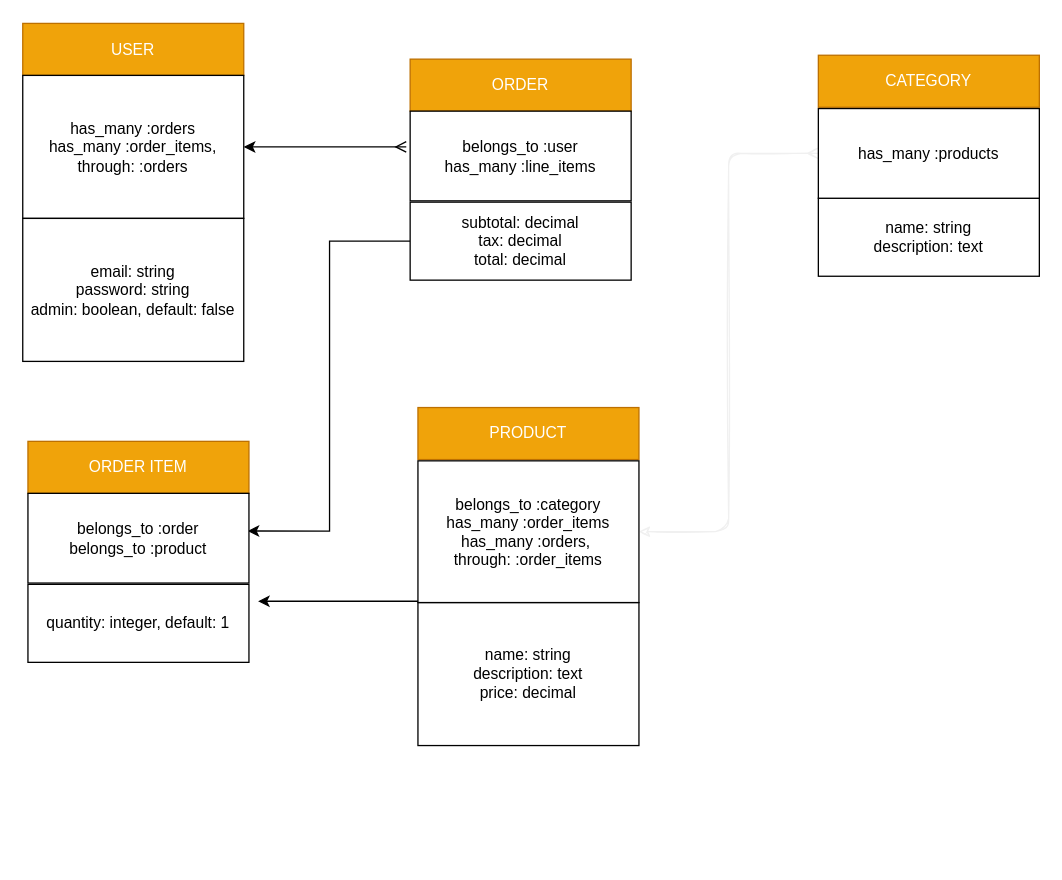
The draw.io diagram store_table.drawio in redebron20/mumshie-online-store, before the edit. Source tidied: cells renumbered, new cells numbered last; positions are measured from the earlier drawing's top-left corner, leaving out a move shared by most shapes. Both pictures are drawn from the tidied source at 130%, with x=0, y=0 at pixel (22, 23).
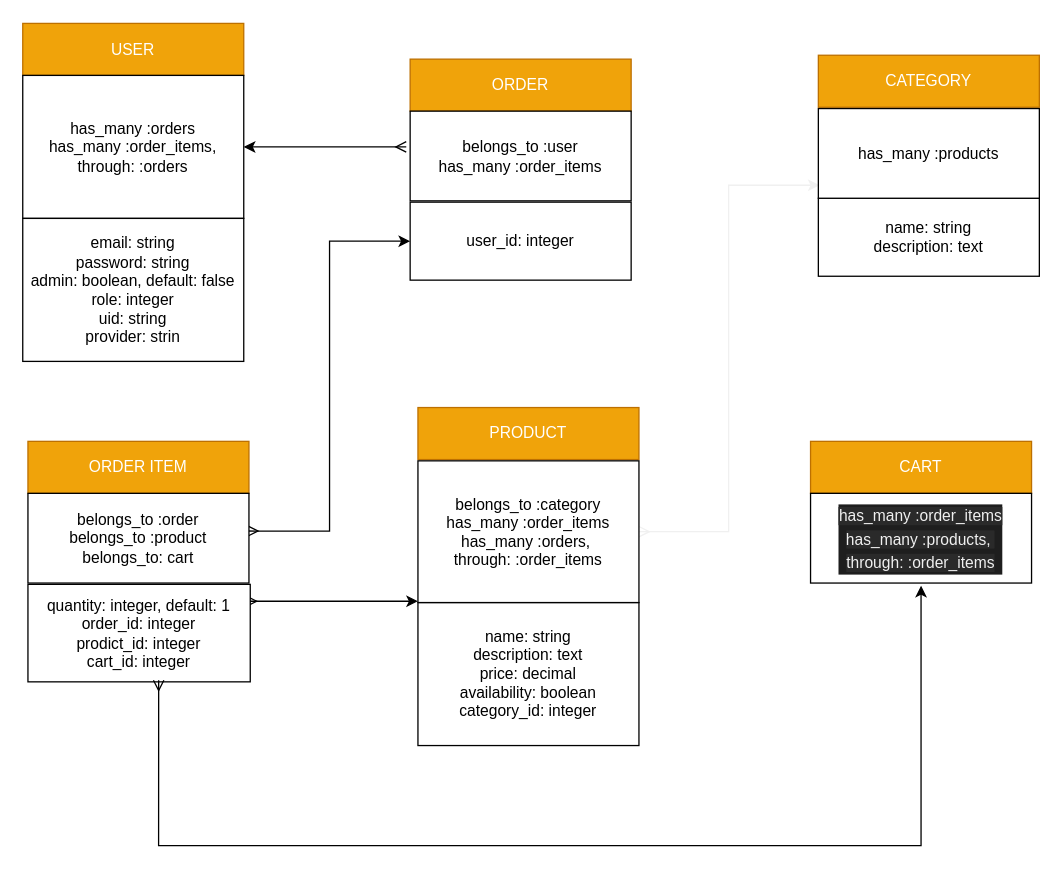
Above is the later version.

Commit message (it also covers changes not shown here):
Edit association table with drawio.

Unchanged cells that the change refers to:
```xml
<mxCell id="10" value="belongs_to :category&lt;br&gt;has_many :order_items&lt;br&gt;has_many :orders,&amp;nbsp;&lt;br&gt;through: :order_items" style="whiteSpace=wrap;html=1;rounded=0;" parent="1" vertex="1">
  <mxGeometry x="304" y="336" width="170" height="109" as="geometry" />
</mxCell>
<mxCell id="13" value="has_many :products" style="whiteSpace=wrap;html=1;rounded=0;" parent="1" vertex="1">
  <mxGeometry x="612" y="65" width="170" height="69" as="geometry" />
</mxCell>
```

What changed in the source:
```diff
@@
-    <mxCell id="5" value="email: string&lt;br&gt;password: string&lt;br&gt;admin: boolean, default: false&lt;br&gt;" style="whiteSpace=wrap;html=1;rounded=0;" parent="1" vertex="1">
+    <mxCell id="5" value="email: string&lt;br&gt;password: string&lt;br&gt;admin: boolean, default: false&lt;br&gt;role: integer&lt;br&gt;uid: string&lt;br&gt;provider: strin" style="whiteSpace=wrap;html=1;rounded=0;" parent="1" vertex="1">
       <mxGeometry y="149.5" width="170" height="110" as="geometry" />
     </mxCell>
@@
-    <mxCell id="7" value="name: string&lt;br&gt;description: text&lt;br&gt;price: decimal" style="whiteSpace=wrap;html=1;rounded=0;" parent="1" vertex="1">
+    <mxCell id="7" value="name: string&lt;br&gt;description: text&lt;br&gt;price: decimal&lt;br&gt;availability: boolean&lt;br&gt;category_id: integer" style="whiteSpace=wrap;html=1;rounded=0;" parent="1" vertex="1">
       <mxGeometry x="304" y="445" width="170" height="110" as="geometry" />
     </mxCell>
+    <mxCell id="9" style="edgeStyle=orthogonalEdgeStyle;rounded=0;jettySize=auto;html=1;startArrow=classic;startFill=1;endArrow=ERmany;endFill=0;" parent="1" edge="1" source="10">
+      <mxGeometry relative="1" as="geometry">
+        <mxPoint x="172" y="444" as="targetPoint" />
+        <Array as="points">
+          <mxPoint x="187" y="444" />
+        </Array>
+      </mxGeometry>
+    </mxCell>
-    <mxCell id="8" style="edgeStyle=orthogonalEdgeStyle;rounded=1;sketch=1;jumpSize=4;jettySize=auto;html=1;entryX=0;entryY=0.5;entryDx=0;entryDy=0;startArrow=classic;startFill=1;endArrow=ERmany;endFill=0;strokeColor=#f0f0f0;" parent="1" edge="1" source="10" target="13">
+    <mxCell id="8" style="edgeStyle=orthogonalEdgeStyle;rounded=0;jettySize=auto;html=1;entryX=0.006;entryY=0.855;entryDx=0;entryDy=0;entryPerimeter=0;startArrow=ERmany;startFill=0;endArrow=classic;endFill=1;strokeColor=#f0f0f0;" parent="1" edge="1" source="10" target="13">
       <mxGeometry relative="1" as="geometry" />
     </mxCell>
-    <mxCell id="9" style="edgeStyle=orthogonalEdgeStyle;rounded=0;jettySize=auto;html=1;" parent="1" edge="1" source="10">
-      <mxGeometry relative="1" as="geometry">
-        <mxPoint x="181" y="444" as="targetPoint" />
-        <Array as="points">
-          <mxPoint x="187" y="444" />
-        </Array>
-      </mxGeometry>
-    </mxCell>
@@
-    <mxCell id="14" style="edgeStyle=orthogonalEdgeStyle;rounded=0;jettySize=auto;html=1;entryX=0.994;entryY=0.42;entryDx=0;entryDy=0;entryPerimeter=0;" parent="1" edge="1" source="15" target="20">
+    <mxCell id="14" style="edgeStyle=orthogonalEdgeStyle;rounded=0;jettySize=auto;html=1;entryX=0.994;entryY=0.42;entryDx=0;entryDy=0;entryPerimeter=0;startArrow=classic;startFill=1;endArrow=ERmany;endFill=0;" parent="1" edge="1" source="15" target="20">
       <mxGeometry relative="1" as="geometry" />
     </mxCell>
-    <mxCell id="15" value="subtotal: decimal&lt;br&gt;tax: decimal&lt;br&gt;total: decimal" style="whiteSpace=wrap;html=1;rounded=0;" parent="1" vertex="1">
+    <mxCell id="15" value="user_id: integer" style="whiteSpace=wrap;html=1;rounded=0;" parent="1" vertex="1">
       <mxGeometry x="298" y="137" width="170" height="60" as="geometry" />
     </mxCell>
@@
-    <mxCell id="17" value="belongs_to :user&lt;br&gt;has_many :line_items" style="whiteSpace=wrap;html=1;rounded=0;" parent="1" vertex="1">
+    <mxCell id="17" value="belongs_to :user&lt;br&gt;has_many :order_items" style="whiteSpace=wrap;html=1;rounded=0;" parent="1" vertex="1">
       <mxGeometry x="298" y="67" width="170" height="69" as="geometry" />
     </mxCell>
-    <mxCell id="18" value="quantity: integer, default: 1" style="whiteSpace=wrap;html=1;rounded=0;" parent="1" vertex="1">
-      <mxGeometry x="4" y="431" width="170" height="60" as="geometry" />
+    <mxCell id="18" value="quantity: integer, default: 1&lt;br&gt;order_id: integer&lt;br&gt;prodict_id: integer&lt;br&gt;cart_id: integer" style="whiteSpace=wrap;html=1;rounded=0;" parent="1" vertex="1">
+      <mxGeometry x="4" y="431" width="171" height="75" as="geometry" />
     </mxCell>
@@
-    <mxCell id="20" value="belongs_to :order&lt;br&gt;belongs_to :product" style="whiteSpace=wrap;html=1;rounded=0;" parent="1" vertex="1">
+    <mxCell id="20" value="belongs_to :order&lt;br&gt;belongs_to :product&lt;br&gt;belongs_to: cart" style="whiteSpace=wrap;html=1;rounded=0;" parent="1" vertex="1">
       <mxGeometry x="4" y="361" width="170" height="69" as="geometry" />
     </mxCell>
+    <mxCell id="21" style="edgeStyle=orthogonalEdgeStyle;rounded=0;jettySize=auto;html=1;entryX=0.588;entryY=0.983;entryDx=0;entryDy=0;entryPerimeter=0;endArrow=ERmany;endFill=0;startArrow=classic;startFill=1;" parent="1" edge="1" target="18">
+      <mxGeometry relative="1" as="geometry">
+        <mxPoint x="691" y="432" as="sourcePoint" />
+        <Array as="points">
+          <mxPoint x="691" y="632" />
+          <mxPoint x="104" y="632" />
+        </Array>
+      </mxGeometry>
+    </mxCell>
+    <mxCell id="22" value="CART" style="whiteSpace=wrap;html=1;rounded=0;fillColor=#f0a30a;strokeColor=#BD7000;fontColor=#ffffff;" parent="1" vertex="1">
+      <mxGeometry x="606" y="321" width="170" height="40" as="geometry" />
+    </mxCell>
+    <mxCell id="23" value="&lt;p style=&quot;color: rgb(212 , 212 , 212) ; background-color: rgb(30 , 30 , 30) ; font-family: &amp;#34;menlo&amp;#34; , &amp;#34;monaco&amp;#34; , &amp;#34;courier new&amp;#34; , monospace ; line-height: 18px&quot;&gt;&lt;span style=&quot;color: rgb(240 , 240 , 240) ; font-family: &amp;#34;helvetica&amp;#34; ; background-color: rgb(42 , 42 , 42)&quot;&gt;has_many :order_items&lt;br&gt;&lt;/span&gt;&lt;span style=&quot;color: rgb(240 , 240 , 240) ; font-family: &amp;#34;helvetica&amp;#34; ; background-color: rgb(42 , 42 , 42)&quot;&gt;has_many :products,&amp;nbsp;&lt;br&gt;&lt;/span&gt;&lt;span style=&quot;color: rgb(240 , 240 , 240) ; font-family: &amp;#34;helvetica&amp;#34; ; background-color: rgb(42 , 42 , 42)&quot;&gt;through: :order_items&lt;/span&gt;&lt;/p&gt;" style="whiteSpace=wrap;html=1;rounded=0;" parent="1" vertex="1">
+      <mxGeometry x="606" y="361" width="170" height="69" as="geometry" />
+    </mxCell>
```
